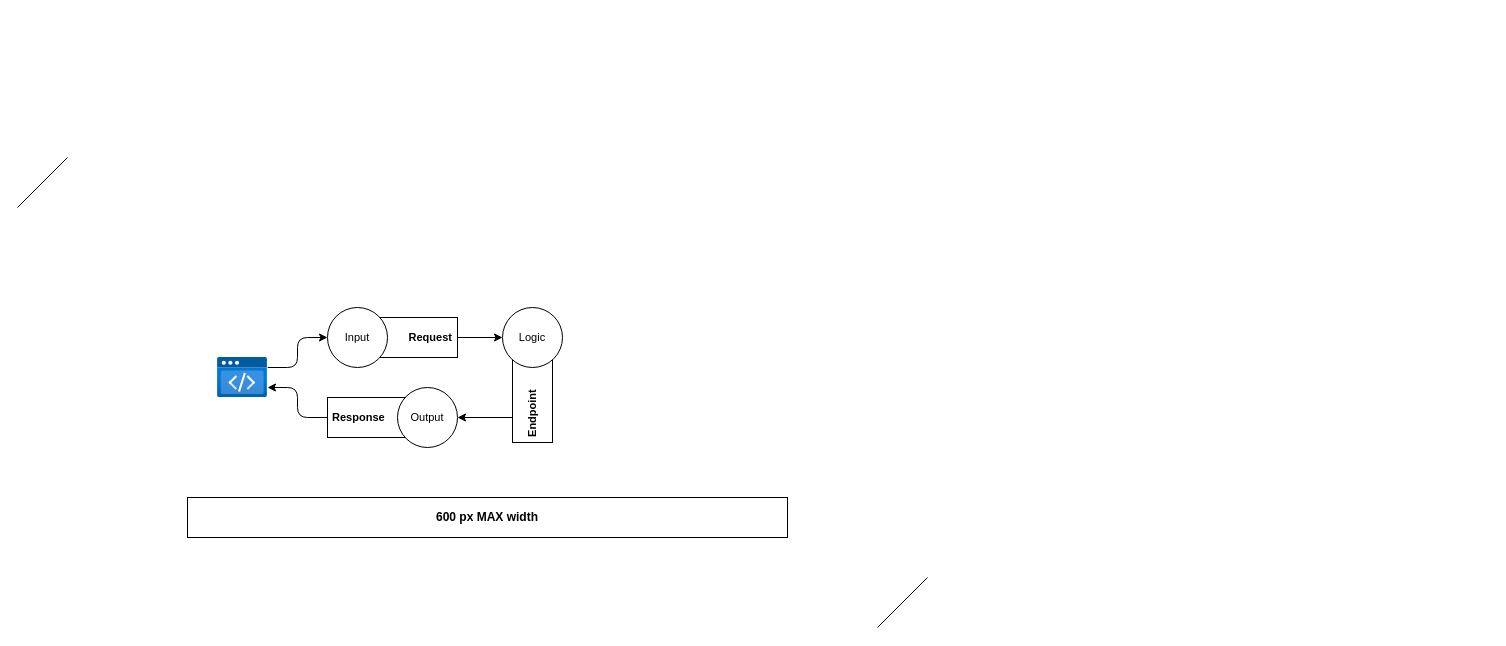
The draw.io diagram Diagrams/REPR.drawio in PacktPublishing/Architecting-ASP.NET-Core-Applications-3E, before the edit. Source tidied: cells renumbered, new cells numbered last; positions are measured from the earlier drawing's top-left corner, leaving out a move shared by most shapes. Both pictures are drawn from the tidied source at 100%, with x=0, y=0 at pixel (17, 157).
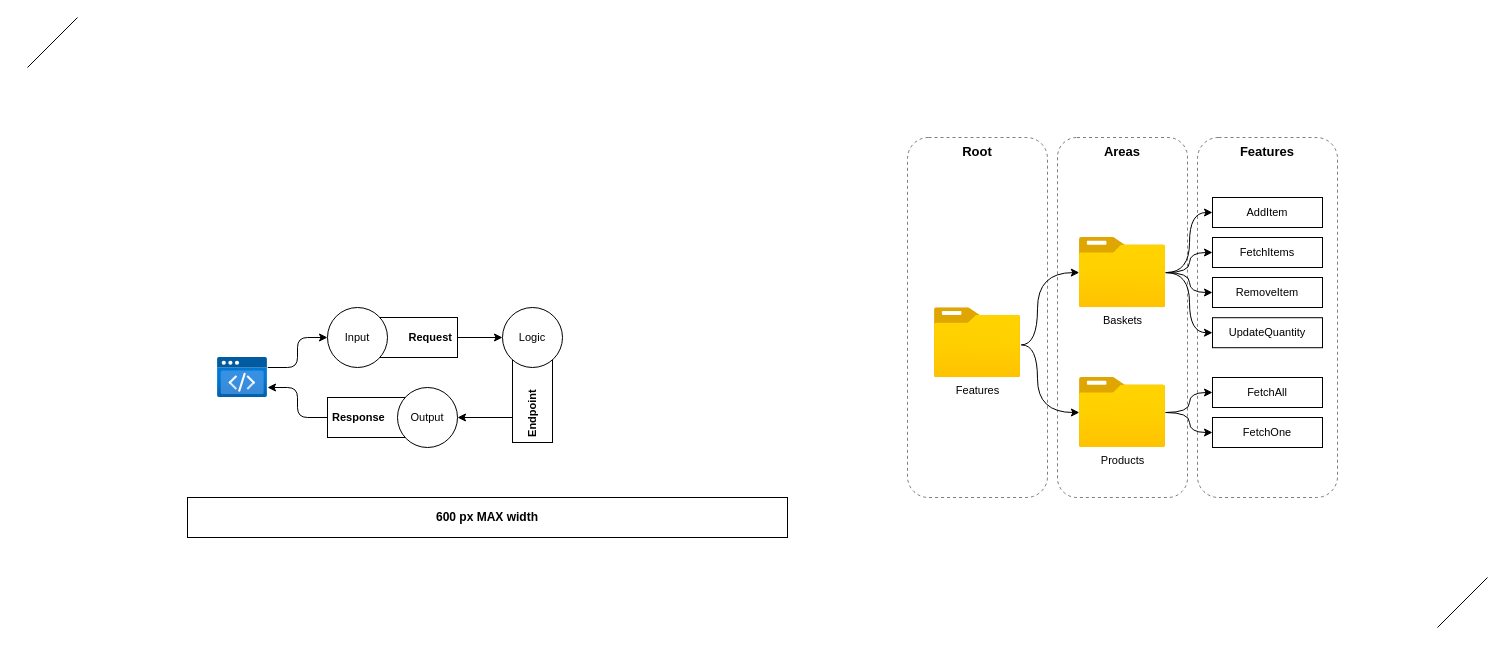
After the change.

Commit message (it also covers changes not shown here):
Add folders structure diagram

Diff of the diagram source:
```diff
@@
     <mxCell id="15" style="endArrow=none;html=1;rounded=1;" parent="1" edge="1">
       <mxGeometry relative="1" as="geometry">
-        <mxPoint y="50" as="sourcePoint" />
-        <mxPoint x="50" as="targetPoint" />
+        <mxPoint x="10" y="-90" as="sourcePoint" />
+        <mxPoint x="60" y="-140" as="targetPoint" />
       </mxGeometry>
     </mxCell>
     <mxCell id="16" style="endArrow=none;html=1;rounded=1;" parent="1" edge="1">
       <mxGeometry relative="1" as="geometry">
-        <mxPoint x="860" y="470" as="sourcePoint" />
-        <mxPoint x="910" y="420" as="targetPoint" />
+        <mxPoint x="1420" y="470" as="sourcePoint" />
+        <mxPoint x="1470" y="420" as="targetPoint" />
       </mxGeometry>
     </mxCell>
+    <mxCell id="17" value="Root" style="rounded=1;whiteSpace=wrap;html=1;fillColor=default;fontSize=13;align=center;verticalAlign=top;fontStyle=1;dashed=1;strokeColor=default;fontColor=default;fillStyle=auto;opacity=50;" parent="1" vertex="1">
+      <mxGeometry x="890" y="-20" width="140" height="360" as="geometry" />
+    </mxCell>
+    <mxCell id="18" value="Areas" style="rounded=1;whiteSpace=wrap;html=1;fillColor=default;fontSize=13;align=center;verticalAlign=top;fontStyle=1;dashed=1;strokeColor=default;fontColor=default;fillStyle=auto;opacity=50;" parent="1" vertex="1">
+      <mxGeometry x="1040" y="-20" width="130" height="360" as="geometry" />
+    </mxCell>
+    <mxCell id="19" value="Features" style="rounded=1;whiteSpace=wrap;html=1;fillColor=default;fontSize=13;align=center;verticalAlign=top;fontStyle=1;dashed=1;strokeColor=default;fontColor=default;fillStyle=auto;opacity=50;" parent="1" vertex="1">
+      <mxGeometry x="1180" y="-20" width="140" height="360" as="geometry" />
+    </mxCell>
+    <mxCell id="20" style="edgeStyle=elbowEdgeStyle;jettySize=auto;html=1;fontSize=13;fontColor=#666666;exitX=1.004;exitY=0.532;exitDx=0;exitDy=0;exitPerimeter=0;curved=1;" parent="1" edge="1" source="22" target="30">
+      <mxGeometry relative="1" as="geometry">
+        <Array as="points">
+          <mxPoint x="1020" y="210" />
+          <mxPoint x="1020" y="218" />
+        </Array>
+      </mxGeometry>
+    </mxCell>
+    <mxCell id="21" style="edgeStyle=elbowEdgeStyle;jettySize=auto;html=1;fontSize=13;fontColor=#666666;exitX=1.013;exitY=0.532;exitDx=0;exitDy=0;exitPerimeter=0;curved=1;" parent="1" edge="1" source="22" target="25">
+      <mxGeometry relative="1" as="geometry">
+        <Array as="points">
+          <mxPoint x="1020" y="210" />
+          <mxPoint x="1020" y="268" />
+        </Array>
+      </mxGeometry>
+    </mxCell>
+    <mxCell id="22" value="Features" style="html=1;points=[];align=center;image;fontSize=11;image=img/lib/azure2/general/Folder_Blank.svg;dashed=1;sketch=0;strokeColor=#B3B3B3;fillColor=#FFFFFF;fontColor=default;fontStyle=0;labelBackgroundColor=none;" parent="1" vertex="1">
+      <mxGeometry x="916.9" y="150.2" width="86.2" height="70" as="geometry" />
+    </mxCell>
+    <mxCell id="23" style="edgeStyle=elbowEdgeStyle;html=1;curved=1;" parent="1" edge="1" source="25" target="35">
+      <mxGeometry relative="1" as="geometry" />
+    </mxCell>
+    <mxCell id="24" style="edgeStyle=elbowEdgeStyle;html=1;curved=1;" parent="1" edge="1" source="25" target="36">
+      <mxGeometry relative="1" as="geometry" />
+    </mxCell>
+    <mxCell id="25" value="Products" style="html=1;points=[];align=center;image;fontSize=11;image=img/lib/azure2/general/Folder_Blank.svg;dashed=1;sketch=0;strokeColor=#B3B3B3;fillColor=#FFFFFF;fontColor=default;fontStyle=0;labelBackgroundColor=none;" parent="1" vertex="1">
+      <mxGeometry x="1061.9" y="220" width="86.2" height="70" as="geometry" />
+    </mxCell>
+    <mxCell id="26" style="edgeStyle=elbowEdgeStyle;html=1;entryX=0;entryY=0.5;entryDx=0;entryDy=0;curved=1;" parent="1" edge="1" source="30" target="31">
+      <mxGeometry relative="1" as="geometry" />
+    </mxCell>
+    <mxCell id="27" style="edgeStyle=elbowEdgeStyle;html=1;entryX=0;entryY=0.5;entryDx=0;entryDy=0;curved=1;" parent="1" edge="1" source="30" target="33">
+      <mxGeometry relative="1" as="geometry" />
+    </mxCell>
+    <mxCell id="28" style="edgeStyle=elbowEdgeStyle;html=1;entryX=0;entryY=0.5;entryDx=0;entryDy=0;curved=1;" parent="1" edge="1" source="30" target="32">
+      <mxGeometry relative="1" as="geometry" />
+    </mxCell>
+    <mxCell id="29" style="edgeStyle=elbowEdgeStyle;html=1;entryX=0;entryY=0.5;entryDx=0;entryDy=0;curved=1;" parent="1" edge="1" source="30" target="34">
+      <mxGeometry relative="1" as="geometry" />
+    </mxCell>
+    <mxCell id="30" value="Baskets" style="html=1;points=[];align=center;image;fontSize=11;image=img/lib/azure2/general/Folder_Blank.svg;dashed=1;sketch=0;strokeColor=#B3B3B3;fillColor=#FFFFFF;fontColor=default;fontStyle=0;labelBackgroundColor=none;" parent="1" vertex="1">
+      <mxGeometry x="1061.8" y="80" width="86.5" height="70.2" as="geometry" />
+    </mxCell>
+    <mxCell id="31" value="AddItem" style="rounded=0;whiteSpace=wrap;html=1;sketch=0;strokeColor=default;fillColor=default;fontSize=11;align=center;fontColor=default;" parent="1" vertex="1">
+      <mxGeometry x="1195" y="40" width="110" height="30" as="geometry" />
+    </mxCell>
+    <mxCell id="32" value="RemoveItem" style="rounded=0;whiteSpace=wrap;html=1;sketch=0;strokeColor=default;fillColor=default;fontSize=11;align=center;fontColor=default;" parent="1" vertex="1">
+      <mxGeometry x="1195" y="120" width="110" height="30" as="geometry" />
+    </mxCell>
+    <mxCell id="33" value="FetchItems" style="rounded=0;whiteSpace=wrap;html=1;sketch=0;strokeColor=default;fillColor=default;fontSize=11;align=center;fontColor=default;" parent="1" vertex="1">
+      <mxGeometry x="1195" y="80" width="110" height="30" as="geometry" />
+    </mxCell>
+    <mxCell id="34" value="UpdateQuantity" style="rounded=0;whiteSpace=wrap;html=1;sketch=0;strokeColor=default;fillColor=default;fontSize=11;align=center;fontColor=default;" parent="1" vertex="1">
+      <mxGeometry x="1195" y="160.2" width="110" height="30" as="geometry" />
+    </mxCell>
+    <mxCell id="35" value="FetchAll" style="rounded=0;whiteSpace=wrap;html=1;sketch=0;strokeColor=default;fillColor=default;fontSize=11;align=center;fontColor=default;" parent="1" vertex="1">
+      <mxGeometry x="1195" y="220" width="110" height="30" as="geometry" />
+    </mxCell>
+    <mxCell id="36" value="FetchOne" style="rounded=0;whiteSpace=wrap;html=1;sketch=0;strokeColor=default;fillColor=default;fontSize=11;align=center;fontColor=default;" parent="1" vertex="1">
+      <mxGeometry x="1195" y="260" width="110" height="30" as="geometry" />
+    </mxCell>
```
